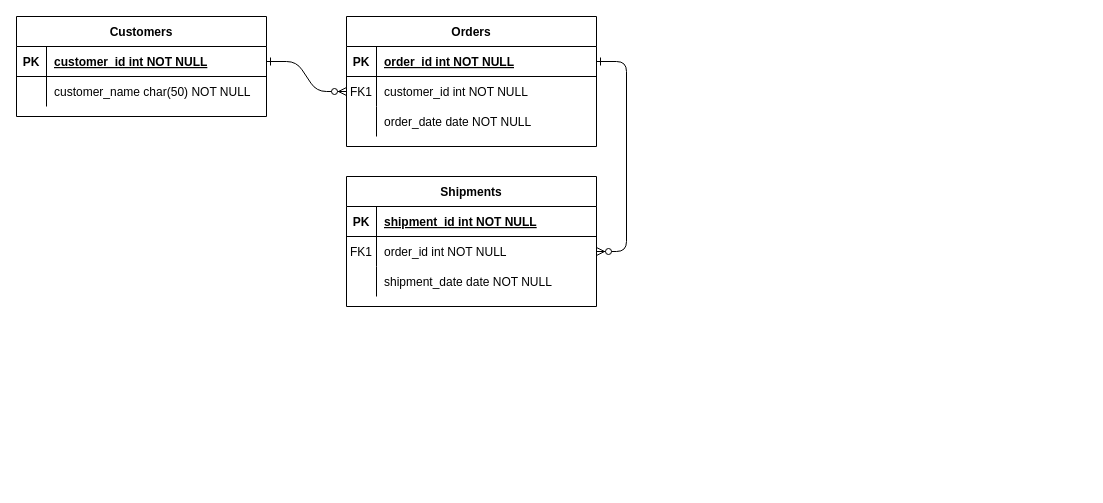
Before: arrivo.drawio in tarikwaleed/diagrams, a draw.io diagram. Source tidied: cells renumbered, new cells numbered last; positions are measured from the earlier drawing's top-left corner, leaving out a move shared by most shapes. Both pictures are drawn from the tidied source at 100%, with x=0, y=0 at pixel (16, 16).
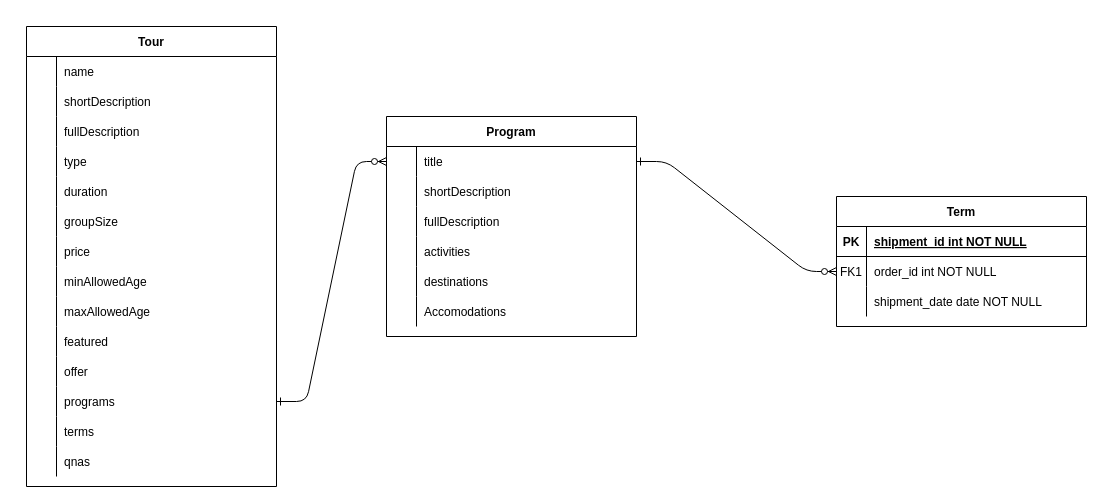
After the change.

Unchanged cells that the change refers to:
```xml
<mxCell id="18" style="shape=partialRectangle;fillColor=none;points=[[0,0.5],[1,0.5]];portConstraint=eastwest;top=0;left=0;right=0;bottom=0;" parent="14" vertex="1">
  <mxGeometry y="60" width="250" height="30" as="geometry" />
</mxCell>
<mxCell id="28" style="shape=partialRectangle;fillColor=none;top=0;left=0;right=0;bottom=0;" parent="24" vertex="1">
  <mxGeometry y="60" width="250" height="30" as="geometry" />
</mxCell>
```

The edit, as a diff of the source:
```diff
@@
-    <mxCell id="2" style="edgeStyle=entityRelationEdgeStyle;endArrow=ERzeroToMany;startArrow=ERone;endFill=1;startFill=0;" parent="1" edge="1" source="25" target="8">
+    <mxCell id="2" style="edgeStyle=entityRelationEdgeStyle;endArrow=ERzeroToMany;startArrow=ERone;endFill=1;startFill=0;exitX=1;exitY=0.5;exitDx=0;exitDy=0;" parent="1" edge="1" source="75" target="8">
       <mxGeometry relative="1" as="geometry" />
     </mxCell>
-    <mxCell id="3" style="edgeStyle=entityRelationEdgeStyle;endArrow=ERzeroToMany;startArrow=ERone;endFill=1;startFill=0;" parent="1" edge="1" source="5" target="18">
-      <mxGeometry relative="1" as="geometry" />
+    <mxCell id="3" style="edgeStyle=entityRelationEdgeStyle;endArrow=ERzeroToMany;startArrow=ERone;endFill=1;startFill=0;" parent="1" edge="1" target="18">
+      <mxGeometry relative="1" as="geometry">
+        <mxPoint x="620" y="145" as="sourcePoint" />
+      </mxGeometry>
     </mxCell>
-    <mxCell id="4" value="Orders" style="shape=table;startSize=30;childLayout=tableLayout;rowLines=0;fontStyle=1;align=center;" parent="1" vertex="1">
-      <mxGeometry x="330" width="250" height="130" as="geometry" />
+    <mxCell id="4" value="Program" style="shape=table;startSize=30;childLayout=tableLayout;rowLines=0;fontStyle=1;align=center;" parent="1" vertex="1">
+      <mxGeometry x="370" y="100" width="250" height="220" as="geometry" />
     </mxCell>
-    <mxCell id="5" style="shape=partialRectangle;fillColor=none;points=[[0,0.5],[1,0.5]];portConstraint=eastwest;top=0;left=0;right=0;bottom=1;" parent="4" vertex="1">
-      <mxGeometry y="30" width="250" height="30" as="geometry" />
-    </mxCell>
-    <mxCell id="6" value="PK" style="shape=partialRectangle;overflow=hidden;fillColor=none;top=0;left=0;bottom=0;right=0;fontStyle=1;" parent="5" vertex="1">
-      <mxGeometry width="30" height="30" as="geometry" />
-    </mxCell>
-    <mxCell id="7" value="order_id int NOT NULL " style="shape=partialRectangle;overflow=hidden;fillColor=none;top=0;left=0;bottom=0;right=0;align=left;spacingLeft=6;fontStyle=5;" parent="5" vertex="1">
-      <mxGeometry x="30" width="220" height="30" as="geometry" />
-    </mxCell>
     <mxCell id="8" style="shape=partialRectangle;fillColor=none;points=[[0,0.5],[1,0.5]];portConstraint=eastwest;top=0;left=0;right=0;bottom=0;" parent="4" vertex="1">
-      <mxGeometry y="60" width="250" height="30" as="geometry" />
+      <mxGeometry y="30" width="250" height="30" as="geometry" />
     </mxCell>
-    <mxCell id="9" value="FK1" style="shape=partialRectangle;overflow=hidden;fillColor=none;top=0;left=0;bottom=0;right=0;" parent="8" vertex="1">
+    <mxCell id="9" style="shape=partialRectangle;overflow=hidden;fillColor=none;top=0;left=0;bottom=0;right=0;" parent="8" vertex="1">
       <mxGeometry width="30" height="30" as="geometry" />
     </mxCell>
-    <mxCell id="10" value="customer_id int NOT NULL" style="shape=partialRectangle;overflow=hidden;fillColor=none;top=0;left=0;bottom=0;right=0;align=left;spacingLeft=6;" parent="8" vertex="1">
+    <mxCell id="10" value="title" style="shape=partialRectangle;overflow=hidden;fillColor=none;top=0;left=0;bottom=0;right=0;align=left;spacingLeft=6;" parent="8" vertex="1">
       <mxGeometry x="30" width="220" height="30" as="geometry" />
     </mxCell>
     <mxCell id="11" style="shape=partialRectangle;fillColor=none;top=0;left=0;right=0;bottom=0;" parent="4" vertex="1">
-      <mxGeometry y="90" width="250" height="30" as="geometry" />
+      <mxGeometry y="60" width="250" height="30" as="geometry" />
     </mxCell>
@@
-    <mxCell id="13" value="order_date date NOT NULL" style="shape=partialRectangle;overflow=hidden;fillColor=none;top=0;left=0;bottom=0;right=0;align=left;spacingLeft=6;" parent="11" vertex="1">
+    <mxCell id="13" value="shortDescription" style="shape=partialRectangle;overflow=hidden;fillColor=none;top=0;left=0;bottom=0;right=0;align=left;spacingLeft=6;" parent="11" vertex="1">
       <mxGeometry x="30" width="220" height="30" as="geometry" />
     </mxCell>
+    <mxCell id="31" style="shape=partialRectangle;fillColor=none;top=0;left=0;right=0;bottom=0;" parent="4" vertex="1">
+      <mxGeometry y="90" width="250" height="30" as="geometry" />
+    </mxCell>
+    <mxCell id="32" style="shape=partialRectangle;overflow=hidden;fillColor=none;top=0;left=0;bottom=0;right=0;" parent="31" vertex="1">
+      <mxGeometry width="30" height="30" as="geometry" />
+    </mxCell>
+    <mxCell id="33" value="fullDescription" style="shape=partialRectangle;overflow=hidden;fillColor=none;top=0;left=0;bottom=0;right=0;align=left;spacingLeft=6;" parent="31" vertex="1">
+      <mxGeometry x="30" width="220" height="30" as="geometry" />
+    </mxCell>
+    <mxCell id="34" style="shape=partialRectangle;fillColor=none;top=0;left=0;right=0;bottom=0;" parent="4" vertex="1">
+      <mxGeometry y="120" width="250" height="30" as="geometry" />
+    </mxCell>
+    <mxCell id="35" style="shape=partialRectangle;overflow=hidden;fillColor=none;top=0;left=0;bottom=0;right=0;" parent="34" vertex="1">
+      <mxGeometry width="30" height="30" as="geometry" />
+    </mxCell>
+    <mxCell id="36" value="activities" style="shape=partialRectangle;overflow=hidden;fillColor=none;top=0;left=0;bottom=0;right=0;align=left;spacingLeft=6;" parent="34" vertex="1">
+      <mxGeometry x="30" width="220" height="30" as="geometry" />
+    </mxCell>
+    <mxCell id="37" style="shape=partialRectangle;fillColor=none;top=0;left=0;right=0;bottom=0;" parent="4" vertex="1">
+      <mxGeometry y="150" width="250" height="30" as="geometry" />
+    </mxCell>
+    <mxCell id="38" style="shape=partialRectangle;overflow=hidden;fillColor=none;top=0;left=0;bottom=0;right=0;" parent="37" vertex="1">
+      <mxGeometry width="30" height="30" as="geometry" />
+    </mxCell>
+    <mxCell id="39" value="destinations" style="shape=partialRectangle;overflow=hidden;fillColor=none;top=0;left=0;bottom=0;right=0;align=left;spacingLeft=6;" parent="37" vertex="1">
+      <mxGeometry x="30" width="220" height="30" as="geometry" />
+    </mxCell>
+    <mxCell id="40" style="shape=partialRectangle;fillColor=none;top=0;left=0;right=0;bottom=0;" parent="4" vertex="1">
+      <mxGeometry y="180" width="250" height="30" as="geometry" />
+    </mxCell>
+    <mxCell id="41" style="shape=partialRectangle;overflow=hidden;fillColor=none;top=0;left=0;bottom=0;right=0;" parent="40" vertex="1">
+      <mxGeometry width="30" height="30" as="geometry" />
+    </mxCell>
+    <mxCell id="42" value="Accomodations" style="shape=partialRectangle;overflow=hidden;fillColor=none;top=0;left=0;bottom=0;right=0;align=left;spacingLeft=6;" parent="40" vertex="1">
+      <mxGeometry x="30" width="220" height="30" as="geometry" />
+    </mxCell>
-    <mxCell id="14" value="Shipments" style="shape=table;startSize=30;childLayout=tableLayout;rowLines=0;fontStyle=1;align=center;" parent="1" vertex="1">
-      <mxGeometry x="330" y="160" width="250" height="130" as="geometry" />
+    <mxCell id="14" value="Term" style="shape=table;startSize=30;childLayout=tableLayout;rowLines=0;fontStyle=1;align=center;" parent="1" vertex="1">
+      <mxGeometry x="820" y="180" width="250" height="130" as="geometry" />
     </mxCell>
@@
-    <mxCell id="24" value="Customers" style="shape=table;startSize=30;childLayout=tableLayout;rowLines=0;fontStyle=1;align=center;" parent="1" vertex="1">
-      <mxGeometry width="250" height="100" as="geometry" />
+    <mxCell id="24" value="Tour" style="shape=table;startSize=30;childLayout=tableLayout;rowLines=0;fontStyle=1;align=center;" parent="1" vertex="1">
+      <mxGeometry x="10" y="10" width="250" height="460" as="geometry" />
     </mxCell>
-    <mxCell id="25" style="shape=partialRectangle;fillColor=none;points=[[0,0.5],[1,0.5]];portConstraint=eastwest;top=0;left=0;right=0;bottom=1;" parent="24" vertex="1">
-      <mxGeometry y="30" width="250" height="30" as="geometry" />
-    </mxCell>
-    <mxCell id="26" value="PK" style="shape=partialRectangle;overflow=hidden;fillColor=none;top=0;left=0;bottom=0;right=0;fontStyle=1;" parent="25" vertex="1">
-      <mxGeometry width="30" height="30" as="geometry" />
-    </mxCell>
-    <mxCell id="27" value="customer_id int NOT NULL " style="shape=partialRectangle;overflow=hidden;fillColor=none;top=0;left=0;bottom=0;right=0;align=left;spacingLeft=6;fontStyle=5;" parent="25" vertex="1">
-      <mxGeometry x="30" width="220" height="30" as="geometry" />
-    </mxCell>
+    <mxCell id="43" style="shape=partialRectangle;fillColor=none;top=0;left=0;right=0;bottom=0;" parent="24" vertex="1">
+      <mxGeometry y="30" width="250" height="30" as="geometry" />
+    </mxCell>
+    <mxCell id="44" style="shape=partialRectangle;overflow=hidden;fillColor=none;top=0;left=0;bottom=0;right=0;" parent="43" vertex="1">
+      <mxGeometry width="30" height="30" as="geometry" />
+    </mxCell>
+    <mxCell id="45" value="name" style="shape=partialRectangle;overflow=hidden;fillColor=none;top=0;left=0;bottom=0;right=0;align=left;spacingLeft=6;" parent="43" vertex="1">
+      <mxGeometry x="30" width="220" height="30" as="geometry" />
+    </mxCell>
@@
-    <mxCell id="29" style="shape=partialRectangle;overflow=hidden;fillColor=none;top=0;left=0;bottom=0;right=0;" parent="28" vertex="1">
-      <mxGeometry width="30" height="30" as="geometry" />
-    </mxCell>
-    <mxCell id="30" value="customer_name char(50) NOT NULL" style="shape=partialRectangle;overflow=hidden;fillColor=none;top=0;left=0;bottom=0;right=0;align=left;spacingLeft=6;" parent="28" vertex="1">
-      <mxGeometry x="30" width="220" height="30" as="geometry" />
-    </mxCell>
+    <mxCell id="46" style="shape=partialRectangle;overflow=hidden;fillColor=none;top=0;left=0;bottom=0;right=0;" parent="28" vertex="1">
+      <mxGeometry width="30" height="30" as="geometry" />
+    </mxCell>
+    <mxCell id="47" value="shortDescription" style="shape=partialRectangle;overflow=hidden;fillColor=none;top=0;left=0;bottom=0;right=0;align=left;spacingLeft=6;" parent="28" vertex="1">
+      <mxGeometry x="30" width="220" height="30" as="geometry" />
+    </mxCell>
+    <mxCell id="48" style="shape=partialRectangle;fillColor=none;top=0;left=0;right=0;bottom=0;" parent="24" vertex="1">
+      <mxGeometry y="90" width="250" height="30" as="geometry" />
+    </mxCell>
+    <mxCell id="49" style="shape=partialRectangle;overflow=hidden;fillColor=none;top=0;left=0;bottom=0;right=0;" parent="48" vertex="1">
+      <mxGeometry width="30" height="30" as="geometry" />
+    </mxCell>
+    <mxCell id="50" value="fullDescription" style="shape=partialRectangle;overflow=hidden;fillColor=none;top=0;left=0;bottom=0;right=0;align=left;spacingLeft=6;" parent="48" vertex="1">
+      <mxGeometry x="30" width="220" height="30" as="geometry" />
+    </mxCell>
+    <mxCell id="51" style="shape=partialRectangle;fillColor=none;top=0;left=0;right=0;bottom=0;" parent="24" vertex="1">
+      <mxGeometry y="120" width="250" height="30" as="geometry" />
+    </mxCell>
+    <mxCell id="52" style="shape=partialRectangle;overflow=hidden;fillColor=none;top=0;left=0;bottom=0;right=0;" parent="51" vertex="1">
+      <mxGeometry width="30" height="30" as="geometry" />
+    </mxCell>
+    <mxCell id="53" value="type" style="shape=partialRectangle;overflow=hidden;fillColor=none;top=0;left=0;bottom=0;right=0;align=left;spacingLeft=6;" parent="51" vertex="1">
+      <mxGeometry x="30" width="220" height="30" as="geometry" />
+    </mxCell>
+    <mxCell id="54" style="shape=partialRectangle;fillColor=none;top=0;left=0;right=0;bottom=0;" parent="24" vertex="1">
+      <mxGeometry y="150" width="250" height="30" as="geometry" />
+    </mxCell>
+    <mxCell id="55" style="shape=partialRectangle;overflow=hidden;fillColor=none;top=0;left=0;bottom=0;right=0;" parent="54" vertex="1">
+      <mxGeometry width="30" height="30" as="geometry" />
+    </mxCell>
+    <mxCell id="56" value="duration" style="shape=partialRectangle;overflow=hidden;fillColor=none;top=0;left=0;bottom=0;right=0;align=left;spacingLeft=6;" parent="54" vertex="1">
+      <mxGeometry x="30" width="220" height="30" as="geometry" />
+    </mxCell>
+    <mxCell id="57" style="shape=partialRectangle;fillColor=none;top=0;left=0;right=0;bottom=0;" parent="24" vertex="1">
+      <mxGeometry y="180" width="250" height="30" as="geometry" />
+    </mxCell>
+    <mxCell id="58" style="shape=partialRectangle;overflow=hidden;fillColor=none;top=0;left=0;bottom=0;right=0;" parent="57" vertex="1">
+      <mxGeometry width="30" height="30" as="geometry" />
+    </mxCell>
+    <mxCell id="59" value="groupSize" style="shape=partialRectangle;overflow=hidden;fillColor=none;top=0;left=0;bottom=0;right=0;align=left;spacingLeft=6;" parent="57" vertex="1">
+      <mxGeometry x="30" width="220" height="30" as="geometry" />
+    </mxCell>
+    <mxCell id="60" style="shape=partialRectangle;fillColor=none;top=0;left=0;right=0;bottom=0;" parent="24" vertex="1">
+      <mxGeometry y="210" width="250" height="30" as="geometry" />
+    </mxCell>
+    <mxCell id="61" style="shape=partialRectangle;overflow=hidden;fillColor=none;top=0;left=0;bottom=0;right=0;" parent="60" vertex="1">
+      <mxGeometry width="30" height="30" as="geometry" />
+    </mxCell>
+    <mxCell id="62" value="price" style="shape=partialRectangle;overflow=hidden;fillColor=none;top=0;left=0;bottom=0;right=0;align=left;spacingLeft=6;" parent="60" vertex="1">
+      <mxGeometry x="30" width="220" height="30" as="geometry" />
+    </mxCell>
+    <mxCell id="63" style="shape=partialRectangle;fillColor=none;top=0;left=0;right=0;bottom=0;" parent="24" vertex="1">
+      <mxGeometry y="240" width="250" height="30" as="geometry" />
+    </mxCell>
+    <mxCell id="64" style="shape=partialRectangle;overflow=hidden;fillColor=none;top=0;left=0;bottom=0;right=0;" parent="63" vertex="1">
+      <mxGeometry width="30" height="30" as="geometry" />
+    </mxCell>
+    <mxCell id="65" value="minAllowedAge" style="shape=partialRectangle;overflow=hidden;fillColor=none;top=0;left=0;bottom=0;right=0;align=left;spacingLeft=6;" parent="63" vertex="1">
+      <mxGeometry x="30" width="220" height="30" as="geometry" />
+    </mxCell>
+    <mxCell id="66" style="shape=partialRectangle;fillColor=none;top=0;left=0;right=0;bottom=0;" parent="24" vertex="1">
+      <mxGeometry y="270" width="250" height="30" as="geometry" />
+    </mxCell>
+    <mxCell id="67" style="shape=partialRectangle;overflow=hidden;fillColor=none;top=0;left=0;bottom=0;right=0;" parent="66" vertex="1">
+      <mxGeometry width="30" height="30" as="geometry" />
+    </mxCell>
+    <mxCell id="68" value="maxAllowedAge" style="shape=partialRectangle;overflow=hidden;fillColor=none;top=0;left=0;bottom=0;right=0;align=left;spacingLeft=6;" parent="66" vertex="1">
+      <mxGeometry x="30" width="220" height="30" as="geometry" />
+    </mxCell>
+    <mxCell id="69" style="shape=partialRectangle;fillColor=none;top=0;left=0;right=0;bottom=0;" parent="24" vertex="1">
+      <mxGeometry y="300" width="250" height="30" as="geometry" />
+    </mxCell>
+    <mxCell id="70" style="shape=partialRectangle;overflow=hidden;fillColor=none;top=0;left=0;bottom=0;right=0;" parent="69" vertex="1">
+      <mxGeometry width="30" height="30" as="geometry" />
+    </mxCell>
+    <mxCell id="71" value="featured" style="shape=partialRectangle;overflow=hidden;fillColor=none;top=0;left=0;bottom=0;right=0;align=left;spacingLeft=6;" parent="69" vertex="1">
+      <mxGeometry x="30" width="220" height="30" as="geometry" />
+    </mxCell>
+    <mxCell id="72" style="shape=partialRectangle;fillColor=none;top=0;left=0;right=0;bottom=0;" parent="24" vertex="1">
+      <mxGeometry y="330" width="250" height="30" as="geometry" />
+    </mxCell>
+    <mxCell id="73" style="shape=partialRectangle;overflow=hidden;fillColor=none;top=0;left=0;bottom=0;right=0;" parent="72" vertex="1">
+      <mxGeometry width="30" height="30" as="geometry" />
+    </mxCell>
+    <mxCell id="74" value="offer" style="shape=partialRectangle;overflow=hidden;fillColor=none;top=0;left=0;bottom=0;right=0;align=left;spacingLeft=6;" parent="72" vertex="1">
+      <mxGeometry x="30" width="220" height="30" as="geometry" />
+    </mxCell>
+    <mxCell id="75" style="shape=partialRectangle;fillColor=none;points=[[0,0.5],[1,0.5]];portConstraint=eastwest;top=0;left=0;right=0;bottom=0;" parent="24" vertex="1">
+      <mxGeometry y="360" width="250" height="30" as="geometry" />
+    </mxCell>
+    <mxCell id="76" style="shape=partialRectangle;overflow=hidden;fillColor=none;top=0;left=0;bottom=0;right=0;" parent="75" vertex="1">
+      <mxGeometry width="30" height="30" as="geometry" />
+    </mxCell>
+    <mxCell id="77" value="programs" style="shape=partialRectangle;overflow=hidden;fillColor=none;top=0;left=0;bottom=0;right=0;align=left;spacingLeft=6;" parent="75" vertex="1">
+      <mxGeometry x="30" width="220" height="30" as="geometry" />
+    </mxCell>
+    <mxCell id="78" style="shape=partialRectangle;fillColor=none;top=0;left=0;right=0;bottom=0;" parent="24" vertex="1">
+      <mxGeometry y="390" width="250" height="30" as="geometry" />
+    </mxCell>
+    <mxCell id="79" style="shape=partialRectangle;overflow=hidden;fillColor=none;top=0;left=0;bottom=0;right=0;" parent="78" vertex="1">
+      <mxGeometry width="30" height="30" as="geometry" />
+    </mxCell>
+    <mxCell id="80" value="terms" style="shape=partialRectangle;overflow=hidden;fillColor=none;top=0;left=0;bottom=0;right=0;align=left;spacingLeft=6;" parent="78" vertex="1">
+      <mxGeometry x="30" width="220" height="30" as="geometry" />
+    </mxCell>
+    <mxCell id="81" style="shape=partialRectangle;fillColor=none;top=0;left=0;right=0;bottom=0;" parent="24" vertex="1">
+      <mxGeometry y="420" width="250" height="30" as="geometry" />
+    </mxCell>
+    <mxCell id="82" style="shape=partialRectangle;overflow=hidden;fillColor=none;top=0;left=0;bottom=0;right=0;" parent="81" vertex="1">
+      <mxGeometry width="30" height="30" as="geometry" />
+    </mxCell>
+    <mxCell id="83" value="qnas" style="shape=partialRectangle;overflow=hidden;fillColor=none;top=0;left=0;bottom=0;right=0;align=left;spacingLeft=6;" parent="81" vertex="1">
+      <mxGeometry x="30" width="220" height="30" as="geometry" />
+    </mxCell>
+    <mxCell id="84" style="edgeStyle=orthogonalEdgeStyle;rounded=0;orthogonalLoop=1;jettySize=auto;html=1;exitX=1;exitY=0.5;exitDx=0;exitDy=0;" parent="24" edge="1" source="75" target="75">
+      <mxGeometry relative="1" as="geometry" />
+    </mxCell>
```
